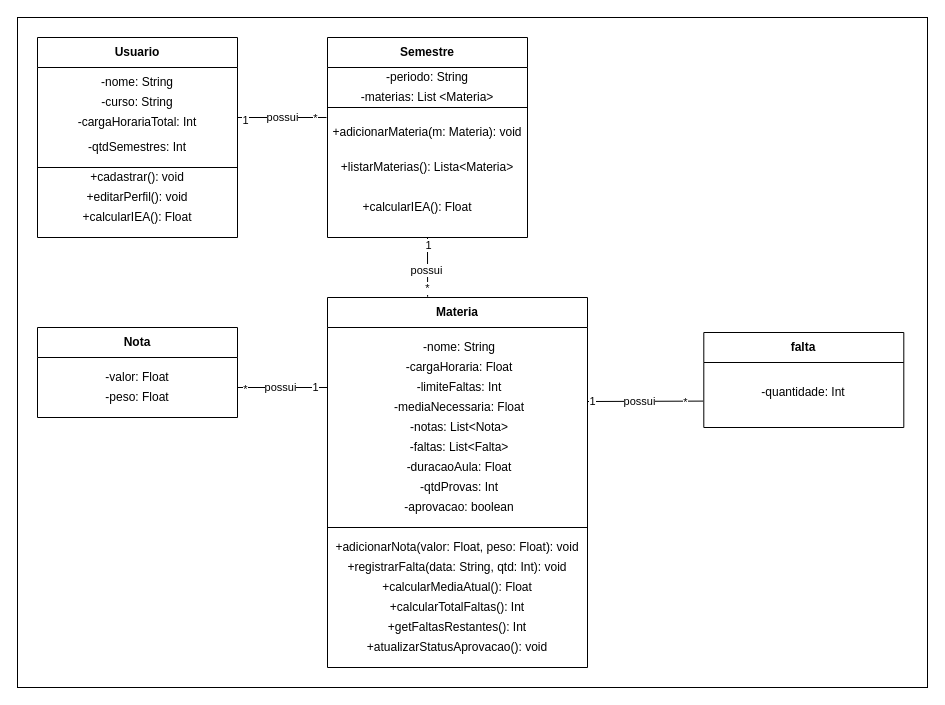
renancorreia27/Gestor-Academico keeps this draw.io diagram as docs/Diagrama de Classes/Diagrama de Classes.drawio. Above is the earlier version. Source tidied: cells renumbered, new cells numbered last; positions are measured from the earlier drawing's top-left corner, leaving out a move shared by most shapes. Both pictures are drawn from the tidied source at 100%, with x=0, y=0 at pixel (17, 17).
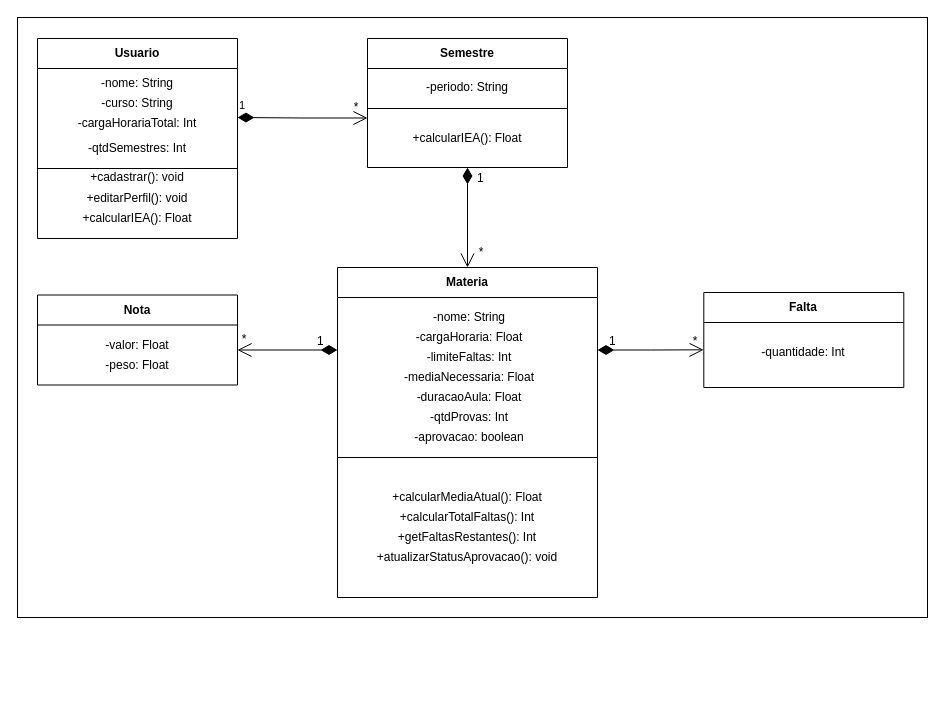
Above is the later version.

Commit message (it also covers changes not shown here):
Atualizado Diagrama de Classes

The change refers to these unchanged cells:
```xml
<mxCell id="35" value="-valor: Float" style="text;html=1;whiteSpace=wrap;strokeColor=none;fillColor=none;align=center;verticalAlign=middle;rounded=0;" parent="34" vertex="1">
  <mxGeometry y="40" width="200" height="20" as="geometry" />
</mxCell>
<mxCell id="38" value="-quantidade: Int" style="text;html=1;whiteSpace=wrap;strokeColor=none;fillColor=none;align=center;verticalAlign=middle;rounded=0;" parent="37" vertex="1">
  <mxGeometry y="45" width="200" height="30" as="geometry" />
</mxCell>
```

What changed in the source:
```diff
@@
-    <mxCell id="2" style="rounded=0;whiteSpace=wrap;html=1;" parent="1" vertex="1">
-      <mxGeometry width="910" height="670" as="geometry" />
-    </mxCell>
+    <mxCell id="57" style="rounded=0;whiteSpace=wrap;html=1;" parent="1" vertex="1">
+      <mxGeometry width="910" height="600" as="geometry" />
+    </mxCell>
     <mxCell id="3" value="Materia" style="swimlane;whiteSpace=wrap;html=1;startSize=30;" parent="1" vertex="1">
-      <mxGeometry x="310" y="280" width="260" height="370" as="geometry" />
+      <mxGeometry x="320" y="250" width="260" height="330" as="geometry" />
     </mxCell>
@@
-    <mxCell id="8" value="-notas: List&amp;lt;Nota&amp;gt;" style="text;html=1;whiteSpace=wrap;strokeColor=none;fillColor=none;align=center;verticalAlign=middle;rounded=0;" parent="3" vertex="1">
-      <mxGeometry x="31.6" y="120" width="200" height="20" as="geometry" />
-    </mxCell>
-    <mxCell id="9" value="-faltas: List&amp;lt;Falta&amp;gt;" style="text;html=1;whiteSpace=wrap;strokeColor=none;fillColor=none;align=center;verticalAlign=middle;rounded=0;" parent="3" vertex="1">
-      <mxGeometry x="31.6" y="140" width="200" height="20" as="geometry" />
-    </mxCell>
     <mxCell id="10" value="-duracaoAula: Float" style="text;html=1;whiteSpace=wrap;strokeColor=none;fillColor=none;align=center;verticalAlign=middle;rounded=0;" parent="3" vertex="1">
-      <mxGeometry x="31.6" y="160" width="200" height="20" as="geometry" />
+      <mxGeometry x="31.6" y="120" width="200" height="20" as="geometry" />
     </mxCell>
     <mxCell id="11" value="-qtdProvas: Int" style="text;html=1;whiteSpace=wrap;strokeColor=none;fillColor=none;align=center;verticalAlign=middle;rounded=0;" parent="3" vertex="1">
-      <mxGeometry x="31.6" y="180" width="200" height="20" as="geometry" />
+      <mxGeometry x="31.6" y="140" width="200" height="20" as="geometry" />
     </mxCell>
     <mxCell id="12" value="-aprovacao: boolean " style="text;html=1;whiteSpace=wrap;strokeColor=none;fillColor=none;align=center;verticalAlign=middle;rounded=0;" parent="3" vertex="1">
-      <mxGeometry x="31.6" y="200" width="200" height="20" as="geometry" />
+      <mxGeometry x="31.6" y="160" width="200" height="20" as="geometry" />
     </mxCell>
-    <mxCell id="13" value="+adicionarNota(valor: Float, peso: Float): void" style="text;html=1;whiteSpace=wrap;strokeColor=none;fillColor=none;align=center;verticalAlign=middle;rounded=0;" parent="3" vertex="1">
-      <mxGeometry x="5" y="240" width="250" height="20" as="geometry" />
-    </mxCell>
-    <mxCell id="14" value="+registrarFalta(data: String, qtd: Int): void" style="text;html=1;whiteSpace=wrap;strokeColor=none;fillColor=none;align=center;verticalAlign=middle;rounded=0;" parent="3" vertex="1">
-      <mxGeometry x="15" y="260" width="230" height="20" as="geometry" />
-    </mxCell>
     <mxCell id="15" value="+calcularMediaAtual(): Float" style="text;html=1;whiteSpace=wrap;strokeColor=none;fillColor=none;align=center;verticalAlign=middle;rounded=0;" parent="3" vertex="1">
-      <mxGeometry x="30" y="280" width="200" height="20" as="geometry" />
+      <mxGeometry x="30" y="220" width="200" height="20" as="geometry" />
     </mxCell>
     <mxCell id="16" value="+calcularTotalFaltas(): Int" style="text;html=1;whiteSpace=wrap;strokeColor=none;fillColor=none;align=center;verticalAlign=middle;rounded=0;" parent="3" vertex="1">
-      <mxGeometry x="30" y="300" width="200" height="20" as="geometry" />
+      <mxGeometry x="30" y="240" width="200" height="20" as="geometry" />
     </mxCell>
     <mxCell id="17" value="+getFaltasRestantes(): Int " style="text;html=1;whiteSpace=wrap;strokeColor=none;fillColor=none;align=center;verticalAlign=middle;rounded=0;" parent="3" vertex="1">
-      <mxGeometry x="30" y="320" width="200" height="20" as="geometry" />
+      <mxGeometry x="30" y="260" width="200" height="20" as="geometry" />
     </mxCell>
     <mxCell id="18" value="+atualizarStatusAprovacao(): void " style="text;html=1;whiteSpace=wrap;strokeColor=none;fillColor=none;align=center;verticalAlign=middle;rounded=0;" parent="3" vertex="1">
-      <mxGeometry x="30" y="340" width="200" height="20" as="geometry" />
+      <mxGeometry x="30" y="280" width="200" height="20" as="geometry" />
     </mxCell>
     <mxCell id="19" style="endArrow=none;html=1;rounded=0;" parent="3" edge="1">
       <mxGeometry relative="1" as="geometry">
-        <mxPoint y="230" as="sourcePoint" />
-        <mxPoint x="260" y="230" as="targetPoint" />
+        <mxPoint y="190" as="sourcePoint" />
+        <mxPoint x="260" y="190" as="targetPoint" />
       </mxGeometry>
     </mxCell>
     <mxCell id="20" value="Usuario" style="swimlane;whiteSpace=wrap;html=1;startSize=30;" parent="1" vertex="1">
-      <mxGeometry x="20" y="20" width="200" height="200" as="geometry" />
+      <mxGeometry x="20" y="21" width="200" height="200" as="geometry" />
     </mxCell>
@@
     <mxCell id="28" value="Semestre" style="swimlane;whiteSpace=wrap;html=1;startSize=30;" parent="1" vertex="1">
-      <mxGeometry x="310" y="20" width="200" height="200" as="geometry" />
+      <mxGeometry x="350" y="21" width="200" height="129" as="geometry" />
     </mxCell>
@@
-    <mxCell id="30" value="-materias: List &amp;lt;Materia&amp;gt;" style="text;html=1;whiteSpace=wrap;strokeColor=none;fillColor=none;align=center;verticalAlign=middle;rounded=0;" parent="28" vertex="1">
-      <mxGeometry y="50" width="200" height="20" as="geometry" />
-    </mxCell>
-    <mxCell id="31" value="+adicionarMateria(m: Materia): void" style="text;html=1;whiteSpace=wrap;strokeColor=none;fillColor=none;align=center;verticalAlign=middle;rounded=0;" parent="28" vertex="1">
-      <mxGeometry y="70" width="200" height="50" as="geometry" />
-    </mxCell>
-    <mxCell id="32" value="+listarMaterias(): Lista&amp;lt;Materia&amp;gt;" style="text;html=1;whiteSpace=wrap;strokeColor=none;fillColor=none;align=center;verticalAlign=middle;rounded=0;" parent="28" vertex="1">
-      <mxGeometry y="110" width="200" height="40" as="geometry" />
-    </mxCell>
     <mxCell id="33" value="+calcularIEA(): Float" style="text;html=1;whiteSpace=wrap;strokeColor=none;fillColor=none;align=center;verticalAlign=middle;rounded=0;" parent="28" vertex="1">
-      <mxGeometry x="-10" y="150" width="200" height="40" as="geometry" />
+      <mxGeometry y="80" width="200" height="40" as="geometry" />
     </mxCell>
+    <mxCell id="40" value="-periodo: String" style="text;html=1;whiteSpace=wrap;strokeColor=none;fillColor=none;align=center;verticalAlign=middle;rounded=0;" parent="28" vertex="1">
+      <mxGeometry y="39" width="200" height="20" as="geometry" />
+    </mxCell>
     <mxCell id="34" value="Nota" style="swimlane;whiteSpace=wrap;html=1;startSize=30;" parent="1" vertex="1">
-      <mxGeometry x="20" y="310" width="200" height="90" as="geometry" />
+      <mxGeometry x="20" y="277.5" width="200" height="90" as="geometry" />
     </mxCell>
@@
-    <mxCell id="37" value="falta" style="swimlane;whiteSpace=wrap;html=1;startSize=30;" parent="1" vertex="1">
-      <mxGeometry x="686.3" y="315" width="200" height="95" as="geometry" />
+    <mxCell id="37" value="Falta" style="swimlane;whiteSpace=wrap;html=1;startSize=30;" parent="1" vertex="1">
+      <mxGeometry x="686.3" y="275" width="200" height="95" as="geometry" />
     </mxCell>
@@
-    <mxCell id="40" value="-periodo: String" style="text;html=1;whiteSpace=wrap;strokeColor=none;fillColor=none;align=center;verticalAlign=middle;rounded=0;" parent="1" vertex="1">
-      <mxGeometry x="310" y="50" width="200" height="20" as="geometry" />
-    </mxCell>
-    <mxCell id="41" style="endArrow=none;html=1;rounded=0;" parent="1" edge="1">
-      <mxGeometry relative="1" as="geometry">
-        <mxPoint x="220" y="100" as="sourcePoint" />
-        <mxPoint x="309" y="100" as="targetPoint" />
-      </mxGeometry>
-    </mxCell>
-    <mxCell id="42" value="1" style="edgeLabel;html=1;align=center;verticalAlign=middle;" parent="41" vertex="1">
-      <mxGeometry x="-0.85" y="-2" relative="1" as="geometry" />
-    </mxCell>
-    <mxCell id="43" value="*" style="edgeLabel;html=1;align=center;verticalAlign=middle;" parent="41" vertex="1">
-      <mxGeometry x="0.72" relative="1" as="geometry" />
-    </mxCell>
-    <mxCell id="44" value="possui" style="edgeLabel;html=1;align=center;verticalAlign=middle;" parent="41" vertex="1">
-      <mxGeometry x="-0.02" y="1" relative="1" as="geometry" />
-    </mxCell>
-    <mxCell id="45" style="endArrow=none;html=1;rounded=0;entryX=0.5;entryY=1;entryDx=0;entryDy=0;exitX=0.385;exitY=-0.002;exitDx=0;exitDy=0;exitPerimeter=0;" parent="1" edge="1" source="3" target="28">
-      <mxGeometry relative="1" as="geometry" />
-    </mxCell>
-    <mxCell id="46" value="possui" style="edgeLabel;html=1;align=center;verticalAlign=middle;" parent="45" vertex="1">
-      <mxGeometry x="-0.08" y="2" relative="1" as="geometry" />
-    </mxCell>
-    <mxCell id="47" value="1" style="edgeLabel;html=1;align=center;verticalAlign=middle;" parent="45" vertex="1">
-      <mxGeometry x="0.75" relative="1" as="geometry" />
-    </mxCell>
-    <mxCell id="48" value="*" style="edgeLabel;html=1;align=center;verticalAlign=middle;" parent="45" vertex="1">
-      <mxGeometry x="-0.71" y="-1" relative="1" as="geometry">
-        <mxPoint x="-2" as="offset" />
-      </mxGeometry>
-    </mxCell>
-    <mxCell id="49" style="endArrow=none;html=1;rounded=0;" parent="1" edge="1">
-      <mxGeometry relative="1" as="geometry">
-        <mxPoint x="220" y="370" as="sourcePoint" />
-        <mxPoint x="310" y="370" as="targetPoint" />
-      </mxGeometry>
-    </mxCell>
-    <mxCell id="50" value="*" style="edgeLabel;html=1;align=center;verticalAlign=middle;" parent="49" vertex="1">
-      <mxGeometry x="-0.85" y="-1" relative="1" as="geometry" />
-    </mxCell>
-    <mxCell id="51" value="possui" style="edgeLabel;html=1;align=center;verticalAlign=middle;" parent="49" vertex="1">
-      <mxGeometry x="-0.07" y="1" relative="1" as="geometry" />
-    </mxCell>
-    <mxCell id="52" value="1" style="edgeLabel;html=1;align=center;verticalAlign=middle;" parent="49" vertex="1">
-      <mxGeometry x="0.85" y="1" relative="1" as="geometry">
-        <mxPoint x="-6" as="offset" />
-      </mxGeometry>
-    </mxCell>
-    <mxCell id="53" style="endArrow=none;html=1;rounded=0;entryX=-0.003;entryY=0.344;entryDx=0;entryDy=0;entryPerimeter=0;" parent="1" edge="1">
-      <mxGeometry relative="1" as="geometry">
-        <mxPoint x="570" y="384" as="sourcePoint" />
-        <mxPoint x="685.7" y="383.6" as="targetPoint" />
-      </mxGeometry>
-    </mxCell>
-    <mxCell id="54" value="possui" style="edgeLabel;html=1;align=center;verticalAlign=middle;" parent="53" vertex="1">
-      <mxGeometry x="0.01" relative="1" as="geometry">
-        <mxPoint x="-6" as="offset" />
-      </mxGeometry>
-    </mxCell>
-    <mxCell id="55" value="*" style="edgeLabel;html=1;align=center;verticalAlign=middle;" parent="53" vertex="1">
-      <mxGeometry x="0.73" y="-1" relative="1" as="geometry">
-        <mxPoint x="-3" as="offset" />
-      </mxGeometry>
-    </mxCell>
-    <mxCell id="56" value="1" style="edgeLabel;html=1;align=center;verticalAlign=middle;" parent="53" vertex="1">
-      <mxGeometry x="-0.89" y="1" relative="1" as="geometry">
-        <mxPoint x="-1" y="1" as="offset" />
-      </mxGeometry>
-    </mxCell>
+    <mxCell id="58" style="endArrow=open;html=1;endSize=12;startArrow=diamondThin;startSize=14;startFill=1;edgeStyle=orthogonalEdgeStyle;align=left;verticalAlign=bottom;rounded=0;exitX=0.5;exitY=1;exitDx=0;exitDy=0;entryX=0.5;entryY=0;entryDx=0;entryDy=0;" parent="1" edge="1" source="28" target="3">
+      <mxGeometry x="-1" y="3" relative="1" as="geometry" />
+    </mxCell>
+    <mxCell id="59" value="1" style="endArrow=open;html=1;endSize=12;startArrow=diamondThin;startSize=14;startFill=1;edgeStyle=orthogonalEdgeStyle;align=left;verticalAlign=bottom;rounded=0;entryX=0;entryY=0.189;entryDx=0;entryDy=0;entryPerimeter=0;" parent="1" edge="1">
+      <mxGeometry x="-1" y="3" relative="1" as="geometry">
+        <mxPoint x="220" y="100" as="sourcePoint" />
+        <mxPoint x="350" y="100.5" as="targetPoint" />
+      </mxGeometry>
+    </mxCell>
+    <mxCell id="60" style="endArrow=open;html=1;endSize=12;startArrow=diamondThin;startSize=14;startFill=1;edgeStyle=orthogonalEdgeStyle;align=left;verticalAlign=bottom;rounded=0;entryX=1;entryY=0.75;entryDx=0;entryDy=0;exitX=0;exitY=0.25;exitDx=0;exitDy=0;" parent="1" edge="1" source="3" target="35">
+      <mxGeometry x="-1" y="3" relative="1" as="geometry" />
+    </mxCell>
+    <mxCell id="61" value="1" style="text;strokeColor=none;fillColor=none;align=left;verticalAlign=top;spacingLeft=4;spacingRight=4;overflow=hidden;whiteSpace=wrap;html=1;" parent="1" vertex="1">
+      <mxGeometry x="294" y="309.5" width="16" height="26" as="geometry" />
+    </mxCell>
+    <mxCell id="62" value="1" style="text;strokeColor=none;fillColor=none;align=left;verticalAlign=top;spacingLeft=4;spacingRight=4;overflow=hidden;whiteSpace=wrap;html=1;" parent="1" vertex="1">
+      <mxGeometry x="453.5" y="147" width="21" height="26" as="geometry" />
+    </mxCell>
+    <mxCell id="63" style="endArrow=open;html=1;endSize=12;startArrow=diamondThin;startSize=14;startFill=1;edgeStyle=orthogonalEdgeStyle;align=left;verticalAlign=bottom;rounded=0;exitX=1;exitY=0.25;exitDx=0;exitDy=0;entryX=-0.001;entryY=0.411;entryDx=0;entryDy=0;entryPerimeter=0;" parent="1" edge="1" source="3" target="38">
+      <mxGeometry x="-1" y="3" relative="1" as="geometry">
+        <Array as="points">
+          <mxPoint x="633" y="333" />
+        </Array>
+      </mxGeometry>
+    </mxCell>
+    <mxCell id="64" value="1" style="text;strokeColor=none;fillColor=none;align=left;verticalAlign=top;spacingLeft=4;spacingRight=4;overflow=hidden;whiteSpace=wrap;html=1;" parent="1" vertex="1">
+      <mxGeometry x="586" y="310" width="16" height="26" as="geometry" />
+    </mxCell>
+    <mxCell id="65" value="*" style="text;html=1;whiteSpace=wrap;strokeColor=none;fillColor=none;align=center;verticalAlign=middle;rounded=0;" parent="1" vertex="1">
+      <mxGeometry x="335" y="85" width="8" height="10" as="geometry" />
+    </mxCell>
+    <mxCell id="66" value="*" style="text;html=1;whiteSpace=wrap;strokeColor=none;fillColor=none;align=center;verticalAlign=middle;rounded=0;" parent="1" vertex="1">
+      <mxGeometry x="460" y="230" width="8" height="10" as="geometry" />
+    </mxCell>
+    <mxCell id="67" value="*" style="text;html=1;whiteSpace=wrap;strokeColor=none;fillColor=none;align=center;verticalAlign=middle;rounded=0;" parent="1" vertex="1">
+      <mxGeometry x="223" y="317" width="8" height="10" as="geometry" />
+    </mxCell>
+    <mxCell id="68" value="*" style="text;html=1;whiteSpace=wrap;strokeColor=none;fillColor=none;align=center;verticalAlign=middle;rounded=0;" parent="1" vertex="1">
+      <mxGeometry x="674" y="319" width="8" height="10" as="geometry" />
+    </mxCell>
```
